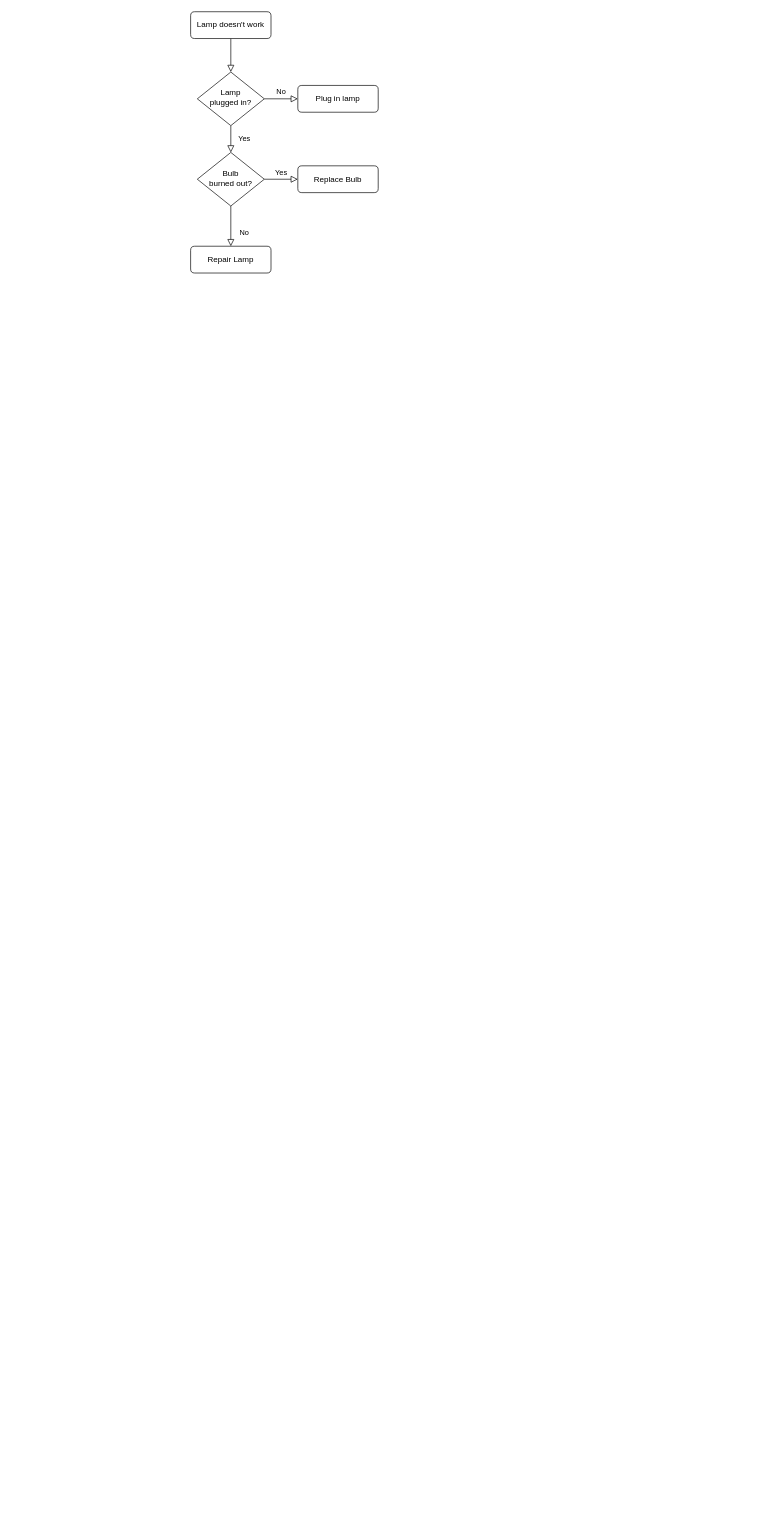
cpy87/gitpracs keeps this draw.io diagram as Untitled Diagram.drawio. Above is the earlier version. Source tidied: cells renumbered, new cells numbered last; positions are measured from the earlier drawing's top-left corner, leaving out a move shared by most shapes. Both pictures are drawn from the tidied source at 67%, with x=0, y=0 at pixel (190, 11).
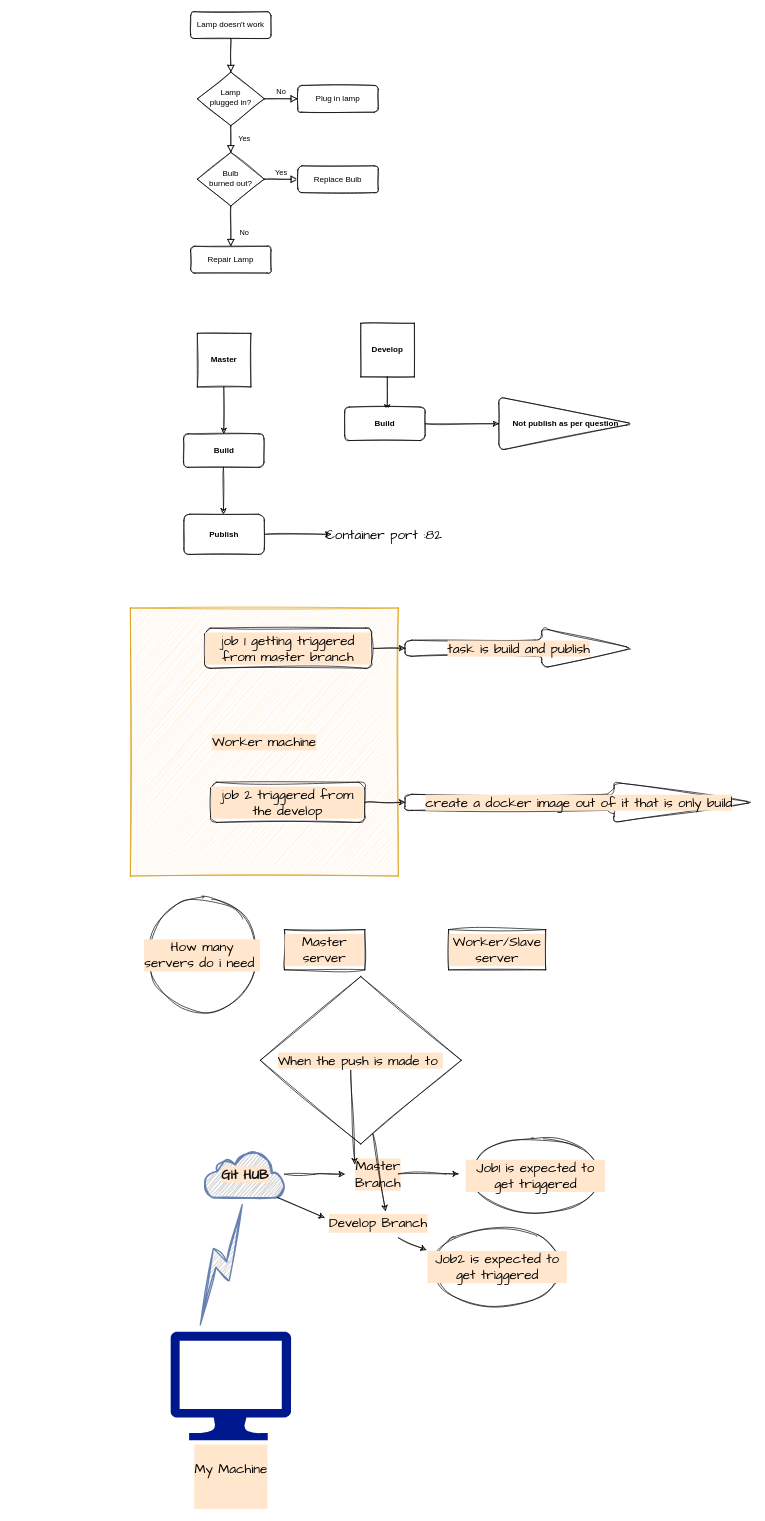
The same page after the edit.

Commit message:
CPjenkins casestudy

What changed in the source:
```diff
@@
-    <mxCell id="2" style="rounded=0;html=1;jettySize=auto;fontSize=11;endArrow=block;endFill=0;endSize=8;strokeWidth=1;shadow=0;labelBackgroundColor=none;edgeStyle=orthogonalEdgeStyle;" parent="1" edge="1" source="3" target="6">
+    <mxCell id="2" style="rounded=0;html=1;jettySize=auto;fontSize=11;endArrow=block;endFill=0;endSize=8;strokeWidth=1;shadow=0;labelBackgroundColor=none;edgeStyle=orthogonalEdgeStyle;sketch=1;" parent="1" edge="1" source="3" target="6">
       <mxGeometry relative="1" as="geometry" />
     </mxCell>
-    <mxCell id="3" value="Lamp doesn't work" style="rounded=1;whiteSpace=wrap;html=1;fontSize=12;glass=0;strokeWidth=1;shadow=0;" parent="1" vertex="1">
+    <mxCell id="3" value="Lamp doesn't work" style="rounded=1;whiteSpace=wrap;html=1;fontSize=12;glass=0;strokeWidth=1;shadow=0;sketch=1;" parent="1" vertex="1">
       <mxGeometry width="120" height="40" as="geometry" />
     </mxCell>
-    <mxCell id="4" value="Yes" style="rounded=0;html=1;jettySize=auto;fontSize=11;endArrow=block;endFill=0;endSize=8;strokeWidth=1;shadow=0;labelBackgroundColor=none;edgeStyle=orthogonalEdgeStyle;" parent="1" edge="1" source="6" target="10">
+    <mxCell id="4" value="Yes" style="rounded=0;html=1;jettySize=auto;fontSize=11;endArrow=block;endFill=0;endSize=8;strokeWidth=1;shadow=0;labelBackgroundColor=none;edgeStyle=orthogonalEdgeStyle;sketch=1;" parent="1" edge="1" source="6" target="10">
       <mxGeometry y="20" relative="1" as="geometry" />
     </mxCell>
-    <mxCell id="5" value="No" style="edgeStyle=orthogonalEdgeStyle;rounded=0;html=1;jettySize=auto;fontSize=11;endArrow=block;endFill=0;endSize=8;strokeWidth=1;shadow=0;labelBackgroundColor=none;" parent="1" edge="1" source="6" target="7">
+    <mxCell id="5" value="No" style="edgeStyle=orthogonalEdgeStyle;rounded=0;html=1;jettySize=auto;fontSize=11;endArrow=block;endFill=0;endSize=8;strokeWidth=1;shadow=0;labelBackgroundColor=none;sketch=1;" parent="1" edge="1" source="6" target="7">
       <mxGeometry y="10" relative="1" as="geometry" />
     </mxCell>
-    <mxCell id="6" value="Lamp&lt;br&gt;plugged in?" style="rhombus;whiteSpace=wrap;html=1;shadow=0;fontFamily=Helvetica;fontSize=12;align=center;strokeWidth=1;spacing=6;spacingTop=-4;" parent="1" vertex="1">
+    <mxCell id="6" value="Lamp&lt;br&gt;plugged in?" style="rhombus;whiteSpace=wrap;html=1;shadow=0;fontFamily=Helvetica;fontSize=12;align=center;strokeWidth=1;spacing=6;spacingTop=-4;sketch=1;" parent="1" vertex="1">
       <mxGeometry x="10" y="90" width="100" height="80" as="geometry" />
     </mxCell>
-    <mxCell id="7" value="Plug in lamp" style="rounded=1;whiteSpace=wrap;html=1;fontSize=12;glass=0;strokeWidth=1;shadow=0;" parent="1" vertex="1">
+    <mxCell id="7" value="Plug in lamp" style="rounded=1;whiteSpace=wrap;html=1;fontSize=12;glass=0;strokeWidth=1;shadow=0;sketch=1;" parent="1" vertex="1">
       <mxGeometry x="160" y="110" width="120" height="40" as="geometry" />
     </mxCell>
-    <mxCell id="8" value="No" style="rounded=0;html=1;jettySize=auto;fontSize=11;endArrow=block;endFill=0;endSize=8;strokeWidth=1;shadow=0;labelBackgroundColor=none;edgeStyle=orthogonalEdgeStyle;" parent="1" edge="1" source="10" target="11">
+    <mxCell id="8" value="No" style="rounded=0;html=1;jettySize=auto;fontSize=11;endArrow=block;endFill=0;endSize=8;strokeWidth=1;shadow=0;labelBackgroundColor=none;edgeStyle=orthogonalEdgeStyle;sketch=1;" parent="1" edge="1" source="10" target="11">
       <mxGeometry x="0.33" y="20" relative="1" as="geometry" />
     </mxCell>
-    <mxCell id="9" value="Yes" style="edgeStyle=orthogonalEdgeStyle;rounded=0;html=1;jettySize=auto;fontSize=11;endArrow=block;endFill=0;endSize=8;strokeWidth=1;shadow=0;labelBackgroundColor=none;" parent="1" edge="1" source="10" target="12">
+    <mxCell id="9" value="Yes" style="edgeStyle=orthogonalEdgeStyle;rounded=0;html=1;jettySize=auto;fontSize=11;endArrow=block;endFill=0;endSize=8;strokeWidth=1;shadow=0;labelBackgroundColor=none;sketch=1;" parent="1" edge="1" source="10" target="12">
       <mxGeometry y="10" relative="1" as="geometry" />
     </mxCell>
-    <mxCell id="10" value="Bulb&lt;br&gt;burned out?" style="rhombus;whiteSpace=wrap;html=1;shadow=0;fontFamily=Helvetica;fontSize=12;align=center;strokeWidth=1;spacing=6;spacingTop=-4;" parent="1" vertex="1">
+    <mxCell id="10" value="Bulb&lt;br&gt;burned out?" style="rhombus;whiteSpace=wrap;html=1;shadow=0;fontFamily=Helvetica;fontSize=12;align=center;strokeWidth=1;spacing=6;spacingTop=-4;sketch=1;" parent="1" vertex="1">
       <mxGeometry x="10" y="210" width="100" height="80" as="geometry" />
     </mxCell>
-    <mxCell id="11" value="Repair Lamp" style="rounded=1;whiteSpace=wrap;html=1;fontSize=12;glass=0;strokeWidth=1;shadow=0;" parent="1" vertex="1">
+    <mxCell id="11" value="Repair Lamp" style="rounded=1;whiteSpace=wrap;html=1;fontSize=12;glass=0;strokeWidth=1;shadow=0;sketch=1;" parent="1" vertex="1">
       <mxGeometry y="350" width="120" height="40" as="geometry" />
     </mxCell>
-    <mxCell id="12" value="Replace Bulb" style="rounded=1;whiteSpace=wrap;html=1;fontSize=12;glass=0;strokeWidth=1;shadow=0;" parent="1" vertex="1">
+    <mxCell id="12" value="Replace Bulb" style="rounded=1;whiteSpace=wrap;html=1;fontSize=12;glass=0;strokeWidth=1;shadow=0;sketch=1;" parent="1" vertex="1">
       <mxGeometry x="160" y="230" width="120" height="40" as="geometry" />
     </mxCell>
+    <mxCell id="13" value="Master" style="whiteSpace=wrap;html=1;fontStyle=1;sketch=1;labelBackgroundColor=default;" parent="1" vertex="1">
+      <mxGeometry x="10" y="480" width="80" height="80" as="geometry" />
+    </mxCell>
+    <mxCell id="14" style="endArrow=classic;html=1;rounded=0;sketch=1;" parent="1" edge="1" target="15">
+      <mxGeometry relative="1" as="geometry">
+        <mxPoint x="49.5" y="560" as="sourcePoint" />
+      </mxGeometry>
+    </mxCell>
+    <mxCell id="15" value="Build" style="rounded=1;whiteSpace=wrap;html=1;fontStyle=1;sketch=1;" parent="1" vertex="1">
+      <mxGeometry x="-10.5" y="630" width="120" height="50" as="geometry" />
+    </mxCell>
+    <mxCell id="16" style="endArrow=classic;html=1;rounded=0;sketch=1;" parent="1" edge="1">
+      <mxGeometry relative="1" as="geometry">
+        <mxPoint x="49" y="680" as="sourcePoint" />
+        <mxPoint x="49" y="750" as="targetPoint" />
+      </mxGeometry>
+    </mxCell>
+    <mxCell id="17" value="Publish" style="rounded=1;whiteSpace=wrap;html=1;fontStyle=1;sketch=1;" parent="1" vertex="1">
+      <mxGeometry x="-10" y="750" width="120" height="60" as="geometry" />
+    </mxCell>
+    <mxCell id="18" style="endArrow=classic;html=1;rounded=0;fontStyle=1;sketch=1;" parent="1" edge="1">
+      <mxGeometry relative="1" as="geometry">
+        <mxPoint x="110" y="780" as="sourcePoint" />
+        <mxPoint x="210" y="780" as="targetPoint" />
+      </mxGeometry>
+    </mxCell>
+    <mxCell id="19" value="&amp;nbsp; &amp;nbsp; &amp;nbsp; &amp;nbsp; &amp;nbsp; &amp;nbsp; &amp;nbsp; &amp;nbsp; &amp;nbsp;Container port :82&lt;br&gt;" style="text;html=1;align=center;verticalAlign=middle;strokeColor=none;fillColor=none;fontSize=20;fontFamily=Architects Daughter;" parent="1" vertex="1">
+      <mxGeometry x="55" y="760" width="330" height="40" as="geometry" />
+    </mxCell>
+    <mxCell id="20" value="Develop" style="whiteSpace=wrap;html=1;fontStyle=1;sketch=1;labelBackgroundColor=default;" parent="1" vertex="1">
+      <mxGeometry x="254" y="465" width="80" height="80" as="geometry" />
+    </mxCell>
+    <mxCell id="21" style="endArrow=classic;html=1;rounded=0;sketch=1;hachureGap=4;jiggle=2;fontFamily=Architects Daughter;fontSize=16;" parent="1" edge="1">
+      <mxGeometry relative="1" as="geometry">
+        <mxPoint x="293.5" y="545" as="sourcePoint" />
+        <mxPoint x="293.5" y="595" as="targetPoint" />
+      </mxGeometry>
+    </mxCell>
+    <mxCell id="22" style="edgeStyle=orthogonalEdgeStyle;rounded=0;sketch=1;hachureGap=4;jiggle=2;jettySize=auto;html=1;fontFamily=Architects Daughter;fontSize=16;" parent="1" edge="1" source="23" target="24">
+      <mxGeometry relative="1" as="geometry" />
+    </mxCell>
+    <mxCell id="23" value="Build" style="rounded=1;whiteSpace=wrap;html=1;fontStyle=1;sketch=1;" parent="1" vertex="1">
+      <mxGeometry x="230" y="590" width="120" height="50" as="geometry" />
+    </mxCell>
+    <mxCell id="24" value="Not publish as per question" style="triangle;whiteSpace=wrap;html=1;rounded=1;fontStyle=1;sketch=1;" parent="1" vertex="1">
+      <mxGeometry x="460" y="575" width="200" height="80" as="geometry" />
+    </mxCell>
+    <mxCell id="25" value="Worker machine" style="whiteSpace=wrap;html=1;labelBackgroundColor=#FFE6CC;sketch=1;hachureGap=4;jiggle=2;fontFamily=Architects Daughter;fontSize=20;fillColor=#ffe6cc;strokeColor=#d79b00;" parent="1" vertex="1">
+      <mxGeometry x="-90" y="890" width="400" height="400" as="geometry" />
+    </mxCell>
+    <mxCell id="26" style="edgeStyle=orthogonalEdgeStyle;rounded=0;sketch=1;hachureGap=4;jiggle=2;jettySize=auto;html=1;fontFamily=Architects Daughter;fontSize=16;" parent="1" edge="1" source="27" target="30">
+      <mxGeometry relative="1" as="geometry" />
+    </mxCell>
+    <mxCell id="27" value="job 1 getting triggered from master branch" style="rounded=1;whiteSpace=wrap;html=1;labelBackgroundColor=#FFE6CC;sketch=1;hachureGap=4;jiggle=2;fontFamily=Architects Daughter;fontSize=20;" parent="1" vertex="1">
+      <mxGeometry x="21" y="920" width="249" height="60" as="geometry" />
+    </mxCell>
+    <mxCell id="28" style="edgeStyle=orthogonalEdgeStyle;rounded=0;sketch=1;hachureGap=4;jiggle=2;jettySize=auto;html=1;fontFamily=Architects Daughter;fontSize=16;" parent="1" edge="1" source="29" target="31">
+      <mxGeometry relative="1" as="geometry" />
+    </mxCell>
+    <mxCell id="29" value="job 2 triggered from the develop" style="rounded=1;whiteSpace=wrap;html=1;labelBackgroundColor=#FFE6CC;sketch=1;hachureGap=4;jiggle=2;fontFamily=Architects Daughter;fontSize=20;" parent="1" vertex="1">
+      <mxGeometry x="30" y="1150" width="230" height="60" as="geometry" />
+    </mxCell>
+    <mxCell id="30" value="task is build and publish" style="shape=singleArrow;whiteSpace=wrap;html=1;arrowWidth=0.4;arrowSize=0.4;fontSize=20;fontFamily=Architects Daughter;rounded=1;labelBackgroundColor=#FFE6CC;sketch=1;hachureGap=4;jiggle=2;" parent="1" vertex="1">
+      <mxGeometry x="320" y="920" width="340" height="60" as="geometry" />
+    </mxCell>
+    <mxCell id="31" value="create a docker image out of it that is only build" style="shape=singleArrow;whiteSpace=wrap;html=1;arrowWidth=0.4;arrowSize=0.4;fontSize=20;fontFamily=Architects Daughter;rounded=1;labelBackgroundColor=#FFE6CC;sketch=1;hachureGap=4;jiggle=2;" parent="1" vertex="1">
+      <mxGeometry x="320" y="1150" width="520" height="60" as="geometry" />
+    </mxCell>
+    <mxCell id="32" value="How many servers do i need&amp;nbsp;" style="ellipse;whiteSpace=wrap;html=1;labelBackgroundColor=#FFE6CC;sketch=1;hachureGap=4;jiggle=2;fontFamily=Architects Daughter;fontSize=20;" parent="1" vertex="1">
+      <mxGeometry x="-70" y="1320" width="175" height="175" as="geometry" />
+    </mxCell>
+    <mxCell id="33" value="Master server" style="rounded=0;whiteSpace=wrap;html=1;labelBackgroundColor=#FFE6CC;sketch=1;hachureGap=4;jiggle=2;fontFamily=Architects Daughter;fontSize=20;" parent="1" vertex="1">
+      <mxGeometry x="140" y="1370" width="120" height="60" as="geometry" />
+    </mxCell>
+    <mxCell id="34" value="Worker/Slave server" style="rounded=0;whiteSpace=wrap;html=1;labelBackgroundColor=#FFE6CC;sketch=1;hachureGap=4;jiggle=2;fontFamily=Architects Daughter;fontSize=20;" parent="1" vertex="1">
+      <mxGeometry x="385" y="1370" width="145" height="60" as="geometry" />
+    </mxCell>
+    <mxCell id="35" value="&#10;&lt;span style=&quot;color: rgb(0, 0, 0); font-family: &amp;quot;Architects Daughter&amp;quot;; font-size: 20px; font-style: normal; font-variant-ligatures: normal; font-variant-caps: normal; font-weight: 400; letter-spacing: normal; orphans: 2; text-align: center; text-indent: 0px; text-transform: none; widows: 2; word-spacing: 0px; -webkit-text-stroke-width: 0px; background-color: rgb(255, 230, 204); text-decoration-thickness: initial; text-decoration-style: initial; text-decoration-color: initial; float: none; display: inline !important;&quot;&gt;My Machine&lt;/span&gt;&#10;&#10;" style="sketch=0;shadow=0;dashed=0;html=1;strokeColor=none;labelPosition=center;verticalLabelPosition=bottom;verticalAlign=top;align=center;fillColor=#00188D;shape=mxgraph.azure.computer;labelBackgroundColor=#FFE6CC;hachureGap=4;jiggle=2;fontFamily=Architects Daughter;fontSize=20;" parent="1" vertex="1">
+      <mxGeometry x="-30" y="1970" width="180" height="162" as="geometry" />
+    </mxCell>
+    <mxCell id="36" style="edgeStyle=orthogonalEdgeStyle;rounded=0;sketch=1;hachureGap=4;jiggle=2;jettySize=auto;html=1;fontFamily=Architects Daughter;fontSize=16;fontColor=#0F0F0F;" parent="1" edge="1" source="37">
+      <mxGeometry relative="1" as="geometry">
+        <mxPoint x="230" y="1735" as="targetPoint" />
+      </mxGeometry>
+    </mxCell>
+    <mxCell id="37" value="&lt;b&gt;&lt;font color=&quot;#0f0f0f&quot;&gt;Git HUB&lt;/font&gt;&lt;/b&gt;" style="html=1;outlineConnect=0;fillColor=#CCCCCC;strokeColor=#6881B3;gradientColor=none;gradientDirection=north;strokeWidth=2;shape=mxgraph.networks.cloud;fontColor=#ffffff;labelBackgroundColor=#FFE6CC;sketch=1;hachureGap=4;jiggle=2;fontFamily=Architects Daughter;fontSize=20;" parent="1" vertex="1">
+      <mxGeometry x="21" y="1700" width="119" height="70" as="geometry" />
+    </mxCell>
+    <mxCell id="38" style="html=1;outlineConnect=0;fillColor=#CCCCCC;strokeColor=#6881B3;gradientColor=none;gradientDirection=north;strokeWidth=2;shape=mxgraph.networks.comm_link_edge;html=1;rounded=0;sketch=1;hachureGap=4;jiggle=2;fontFamily=Architects Daughter;fontSize=16;entryX=0.5;entryY=1;entryDx=0;entryDy=0;entryPerimeter=0;" parent="1" edge="1" target="37">
+      <mxGeometry relative="1" as="geometry">
+        <mxPoint x="11" y="1970" as="sourcePoint" />
+        <Array as="points">
+          <mxPoint x="-249" y="1820" />
+        </Array>
+      </mxGeometry>
+    </mxCell>
+    <mxCell id="39" value="&lt;span style=&quot;color: rgb(0, 0, 0); font-family: &amp;quot;Architects Daughter&amp;quot;; font-size: 20px; font-style: normal; font-variant-ligatures: normal; font-variant-caps: normal; font-weight: 400; letter-spacing: normal; orphans: 2; text-align: center; text-indent: 0px; text-transform: none; widows: 2; word-spacing: 0px; -webkit-text-stroke-width: 0px; background-color: rgb(255, 230, 204); text-decoration-thickness: initial; text-decoration-style: initial; text-decoration-color: initial; float: none; display: inline !important;&quot;&gt;Develop Branch&lt;/span&gt;" style="text;whiteSpace=wrap;html=1;fontSize=20;fontFamily=Architects Daughter;fontColor=#000000;" parent="1" vertex="1">
+      <mxGeometry x="205" y="1790" width="180" height="50" as="geometry" />
+    </mxCell>
+    <mxCell id="40" style="endArrow=classic;html=1;rounded=0;sketch=1;hachureGap=4;jiggle=2;fontFamily=Architects Daughter;fontSize=16;fontColor=#000000;" parent="1" edge="1">
+      <mxGeometry relative="1" as="geometry">
+        <mxPoint x="130" y="1770" as="sourcePoint" />
+        <mxPoint x="200" y="1800" as="targetPoint" />
+      </mxGeometry>
+    </mxCell>
+    <mxCell id="41" value="Master Branch" style="text;html=1;strokeColor=none;fillColor=none;align=center;verticalAlign=middle;whiteSpace=wrap;rounded=0;labelBackgroundColor=#FFE6CC;sketch=1;hachureGap=4;jiggle=2;fontFamily=Architects Daughter;fontSize=20;fontColor=#000000;" parent="1" vertex="1">
+      <mxGeometry x="250" y="1720" width="60" height="30" as="geometry" />
+    </mxCell>
+    <mxCell id="42" value="Job1 is expected to get triggered" style="ellipse;whiteSpace=wrap;html=1;labelBackgroundColor=#FFE6CC;sketch=1;hachureGap=4;jiggle=2;fontFamily=Architects Daughter;fontSize=20;fontColor=#000000;" parent="1" vertex="1">
+      <mxGeometry x="410" y="1674" width="210" height="125" as="geometry" />
+    </mxCell>
+    <mxCell id="43" style="edgeStyle=orthogonalEdgeStyle;rounded=0;sketch=1;hachureGap=4;jiggle=2;orthogonalLoop=1;jettySize=auto;html=1;fontFamily=Architects Daughter;fontSize=16;fontColor=#0F0F0F;" parent="1" edge="1">
+      <mxGeometry relative="1" as="geometry">
+        <mxPoint x="310" y="1734.5" as="sourcePoint" />
+        <mxPoint x="400" y="1734.5" as="targetPoint" />
+        <Array as="points">
+          <mxPoint x="380" y="1734.5" />
+          <mxPoint x="380" y="1734.5" />
+        </Array>
+      </mxGeometry>
+    </mxCell>
+    <mxCell id="44" value="Job2 is expected to get triggered" style="ellipse;whiteSpace=wrap;html=1;labelBackgroundColor=#FFE6CC;sketch=1;hachureGap=4;jiggle=2;fontFamily=Architects Daughter;fontSize=20;fontColor=#000000;" parent="1" vertex="1">
+      <mxGeometry x="352.5" y="1810" width="210" height="125" as="geometry" />
+    </mxCell>
+    <mxCell id="45" style="endArrow=classic;html=1;rounded=0;sketch=1;hachureGap=4;jiggle=2;fontFamily=Architects Daughter;fontSize=16;fontColor=#000000;" parent="1" edge="1">
+      <mxGeometry relative="1" as="geometry">
+        <mxPoint x="310" y="1830" as="sourcePoint" />
+        <mxPoint x="352" y="1848" as="targetPoint" />
+      </mxGeometry>
+    </mxCell>
+    <mxCell id="46" value="When the push is made to&amp;nbsp;" style="rhombus;whiteSpace=wrap;html=1;labelBackgroundColor=#FFE6CC;sketch=1;hachureGap=4;jiggle=2;fontFamily=Architects Daughter;fontSize=20;fontColor=#000000;" parent="1" vertex="1">
+      <mxGeometry x="104" y="1440" width="300" height="250" as="geometry" />
+    </mxCell>
+    <mxCell id="47" style="endArrow=classic;html=1;rounded=0;sketch=1;hachureGap=4;jiggle=2;fontFamily=Architects Daughter;fontSize=16;fontColor=#000000;exitX=0.45;exitY=0.56;exitDx=0;exitDy=0;exitPerimeter=0;" parent="1" edge="1" source="46">
+      <mxGeometry relative="1" as="geometry">
+        <mxPoint x="245" y="1720" as="targetPoint" />
+      </mxGeometry>
+    </mxCell>
+    <mxCell id="48" style="endArrow=classic;html=1;rounded=0;sketch=1;hachureGap=4;jiggle=2;fontFamily=Architects Daughter;fontSize=16;fontColor=#000000;" parent="1" edge="1" source="46" target="39">
+      <mxGeometry relative="1" as="geometry" />
+    </mxCell>
```
